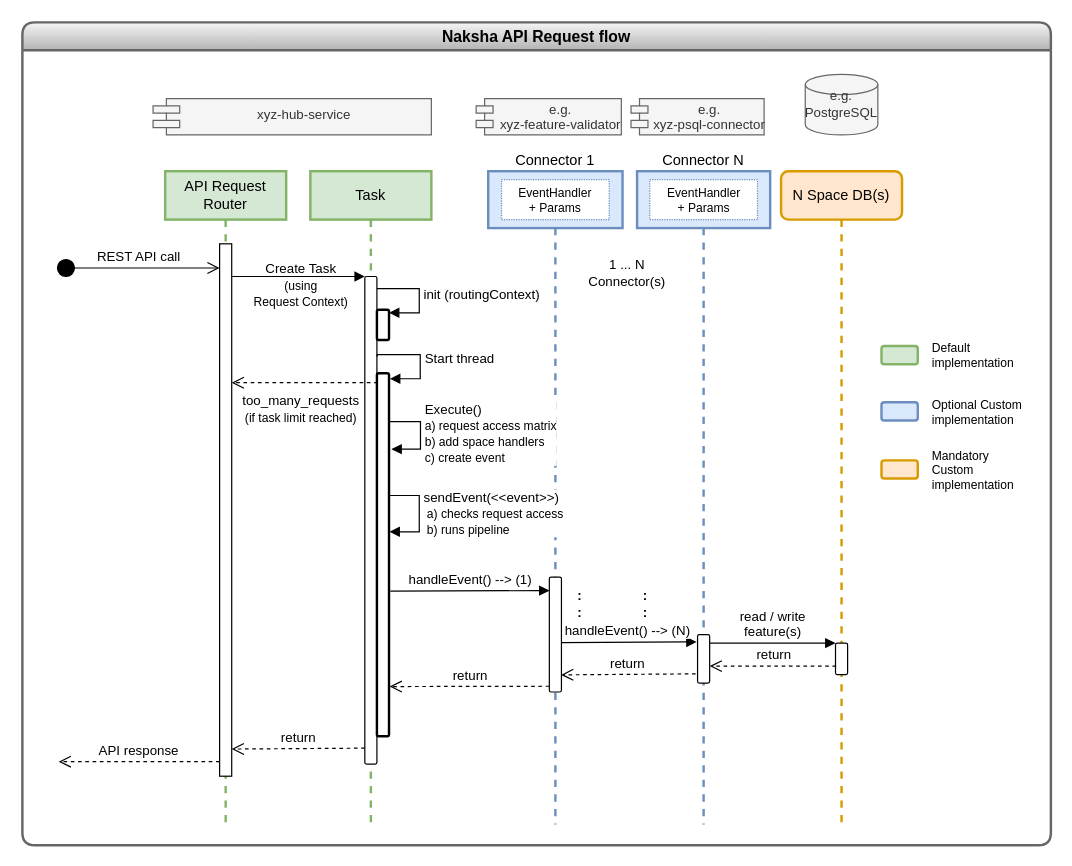
The draw.io diagram docs/diagrams/api_request_flow.drawio in heremaps/xyz-hub, before the edit. Source tidied: cells renumbered, new cells numbered last; positions are measured from the earlier drawing's top-left corner, leaving out a move shared by most shapes. Both pictures are drawn from the tidied source at 121%, with x=0, y=0 at pixel (22, 22).
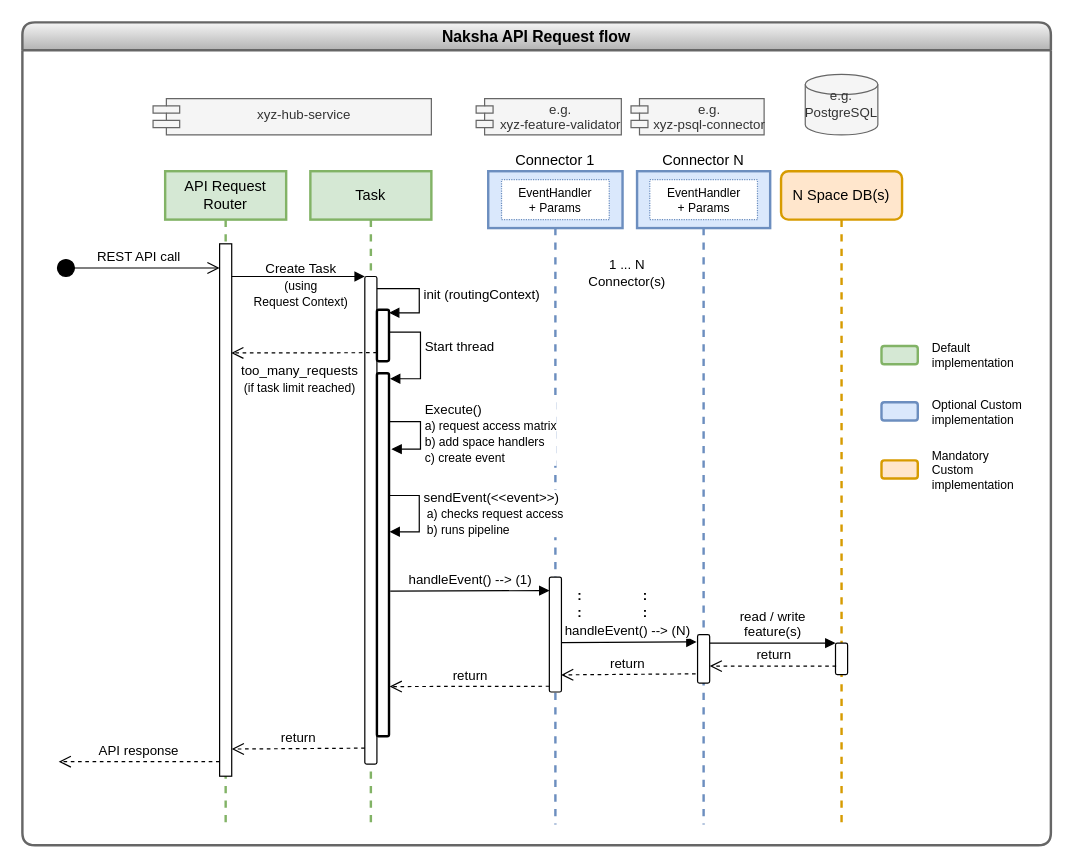
Above is the later version.

Commit message (it also covers changes not shown here):
Updated request flow diagram

Unchanged cells that the change refers to:
```xml
<mxCell id="3" style="html=1;points=[];perimeter=orthogonalPerimeter;" parent="2" vertex="1">
  <mxGeometry x="45" y="60" width="10" height="440" as="geometry" />
</mxCell>
<mxCell id="12" value="Naksha API Request flow" style="swimlane;rounded=1;shadow=0;sketch=0;fontSize=13;strokeWidth=2;fillColor=#f5f5f5;gradientColor=#b3b3b3;strokeColor=#666666;" parent="1" vertex="1">
  <mxGeometry width="850" height="680" as="geometry" />
</mxCell>
<mxCell id="20" style="html=1;points=[];perimeter=orthogonalPerimeter;rounded=1;shadow=0;sketch=0;fontSize=11;strokeColor=#000000;strokeWidth=2;" parent="12" vertex="1">
  <mxGeometry x="293" y="290" width="10" height="300" as="geometry" />
</mxCell>
```

The edit, as a diff of the source:
```diff
@@
-    <mxCell id="19" value="Start thread" style="edgeStyle=orthogonalEdgeStyle;html=1;align=left;spacingLeft=2;endArrow=block;rounded=0;entryX=1;entryY=0;fontSize=11;exitX=0.94;exitY=0.067;exitDx=0;exitDy=0;exitPerimeter=0;" parent="12" edge="1">
+    <mxCell id="19" value="Start thread" style="edgeStyle=orthogonalEdgeStyle;html=1;align=left;spacingLeft=2;endArrow=block;rounded=0;entryX=1;entryY=0;fontSize=11;exitX=0.9;exitY=0.74;exitDx=0;exitDy=0;exitPerimeter=0;" parent="12" edge="1" source="40">
       <mxGeometry relative="1" as="geometry">
-        <mxPoint x="293.2" y="276.1" as="sourcePoint" />
         <mxPoint x="303.8" y="294.5" as="targetPoint" />
         <Array as="points">
-          <mxPoint x="292.8" y="274.5" />
-          <mxPoint x="328.8" y="274.5" />
-          <mxPoint x="328.8" y="294.5" />
+          <mxPoint x="329" y="256" />
+          <mxPoint x="329" y="295" />
         </Array>
       </mxGeometry>
     </mxCell>
@@
     <mxCell id="40" style="html=1;points=[];perimeter=orthogonalPerimeter;rounded=1;shadow=0;sketch=0;fontSize=11;strokeColor=#000000;strokeWidth=2;" parent="12" vertex="1">
-      <mxGeometry x="293" y="237.5" width="10" height="25" as="geometry" />
+      <mxGeometry x="293" y="237.5" width="10" height="42.5" as="geometry" />
     </mxCell>
@@
-    <mxCell id="44" value="too_many_requests&lt;br style=&quot;font-size: 11px&quot;&gt;&lt;font style=&quot;font-size: 10px&quot;&gt;(if task limit reached)&lt;/font&gt;" style="html=1;verticalAlign=middle;endArrow=open;dashed=1;endSize=8;rounded=0;fontSize=11;exitX=0.067;exitY=0.026;exitDx=0;exitDy=0;exitPerimeter=0;labelBackgroundColor=none;" parent="1" edge="1" source="20" target="3">
+    <mxCell id="44" value="too_many_requests&lt;br style=&quot;font-size: 11px&quot;&gt;&lt;font style=&quot;font-size: 10px&quot;&gt;(if task limit reached)&lt;/font&gt;" style="html=1;verticalAlign=middle;endArrow=open;dashed=1;endSize=8;rounded=0;fontSize=11;labelBackgroundColor=none;exitX=0;exitY=0.835;exitDx=0;exitDy=0;exitPerimeter=0;entryX=0.957;entryY=0.205;entryDx=0;entryDy=0;entryPerimeter=0;" parent="1" edge="1" source="40" target="3">
       <mxGeometry x="0.06" y="22" relative="1" as="geometry" />
     </mxCell>
```
